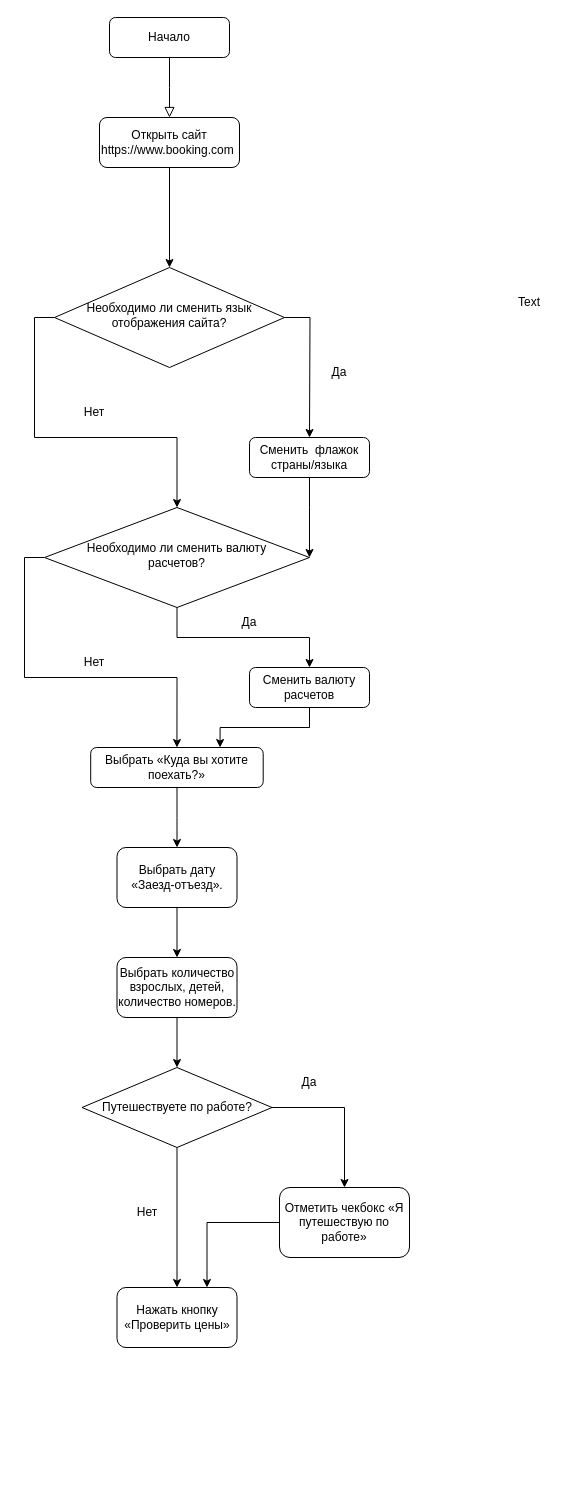
Earlier version of the draw.io diagram Untitled Diagram.drawio (msaksanen/md-nd1-59-22-hw-dotnet-NemtsovML). Source tidied: cells renumbered, new cells numbered last; positions are measured from the earlier drawing's top-left corner, leaving out a move shared by most shapes. Both pictures are drawn from the tidied source at 100%, with x=0, y=0 at pixel (44, 17).
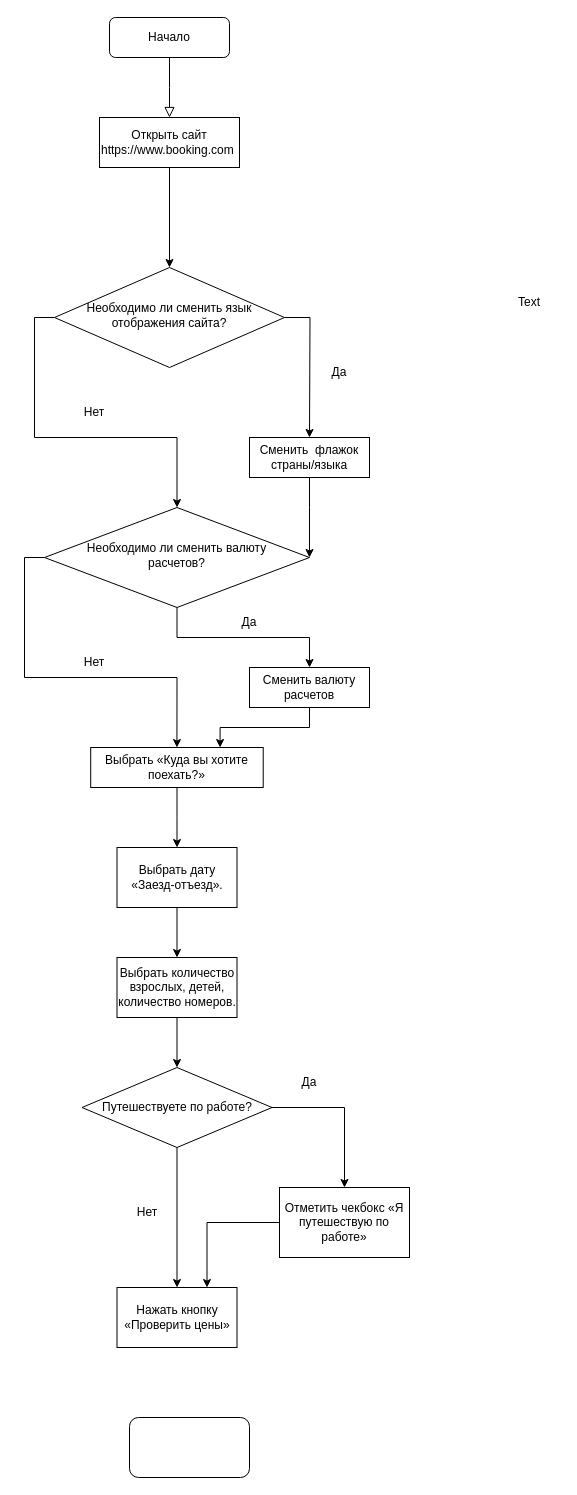
Above is the later version.

Diff of the diagram source:
```diff
@@
-    <mxCell id="8" value="Сменить&amp;nbsp; флажок страны/языка" style="rounded=1;whiteSpace=wrap;html=1;fontSize=12;glass=0;strokeWidth=1;shadow=0;" parent="1" vertex="1">
+    <mxCell id="8" value="Сменить&amp;nbsp; флажок страны/языка" style="whiteSpace=wrap;html=1;fontSize=12;glass=0;strokeWidth=1;shadow=0;" parent="1" vertex="1">
       <mxGeometry x="205" y="420" width="120" height="40" as="geometry" />
     </mxCell>
@@
-    <mxCell id="12" value="Выбрать «Куда вы хотите поехать?»" style="rounded=1;whiteSpace=wrap;html=1;fontSize=12;glass=0;strokeWidth=1;shadow=0;" parent="1" vertex="1">
+    <mxCell id="12" value="Выбрать «Куда вы хотите поехать?»" style="whiteSpace=wrap;html=1;fontSize=12;glass=0;strokeWidth=1;shadow=0;" parent="1" vertex="1">
       <mxGeometry x="46.2" y="730" width="172.5" height="40" as="geometry" />
     </mxCell>
@@
-    <mxCell id="14" value="Сменить валюту расчетов" style="rounded=1;whiteSpace=wrap;html=1;fontSize=12;glass=0;strokeWidth=1;shadow=0;" parent="1" vertex="1">
+    <mxCell id="14" value="Сменить валюту расчетов" style="whiteSpace=wrap;html=1;fontSize=12;glass=0;strokeWidth=1;shadow=0;" parent="1" vertex="1">
       <mxGeometry x="205" y="650" width="120" height="40" as="geometry" />
     </mxCell>
@@
-    <mxCell id="16" value="Открыть сайт https://www.booking.com&amp;nbsp;" style="rounded=1;whiteSpace=wrap;html=1;" parent="1" vertex="1">
+    <mxCell id="16" value="Открыть сайт https://www.booking.com&amp;nbsp;" style="whiteSpace=wrap;html=1;" parent="1" vertex="1">
       <mxGeometry x="55" y="100" width="140" height="50" as="geometry" />
     </mxCell>
@@
-    <mxCell id="24" value="Выбрать дату «Заезд-отъезд»." style="rounded=1;whiteSpace=wrap;html=1;" parent="1" vertex="1">
+    <mxCell id="24" value="Выбрать дату «Заезд-отъезд»." style="whiteSpace=wrap;html=1;" parent="1" vertex="1">
       <mxGeometry x="72.5" y="830" width="120" height="60" as="geometry" />
     </mxCell>
@@
-    <mxCell id="26" value="Выбрать количество взрослых, детей, количество номеров." style="rounded=1;whiteSpace=wrap;html=1;" parent="1" vertex="1">
+    <mxCell id="26" value="Выбрать количество взрослых, детей, количество номеров." style="whiteSpace=wrap;html=1;" parent="1" vertex="1">
       <mxGeometry x="72.5" y="940" width="120" height="60" as="geometry" />
     </mxCell>
@@
-    <mxCell id="31" value="Отметить чекбокс «Я путешествую по работе»" style="rounded=1;whiteSpace=wrap;html=1;" parent="1" vertex="1">
+    <mxCell id="31" value="Отметить чекбокс «Я путешествую по работе»" style="whiteSpace=wrap;html=1;" parent="1" vertex="1">
       <mxGeometry x="235" y="1170" width="130" height="70" as="geometry" />
     </mxCell>
@@
-    <mxCell id="33" value="Нажать кнопку «Проверить цены»" style="rounded=1;whiteSpace=wrap;html=1;" parent="1" vertex="1">
+    <mxCell id="33" value="Нажать кнопку «Проверить цены»" style="whiteSpace=wrap;html=1;" parent="1" vertex="1">
       <mxGeometry x="72.5" y="1270" width="120" height="60" as="geometry" />
     </mxCell>
@@
+    <mxCell id="35" style="rounded=1;whiteSpace=wrap;html=1;" parent="1" vertex="1">
+      <mxGeometry x="85" y="1400" width="120" height="60" as="geometry" />
+    </mxCell>
```
